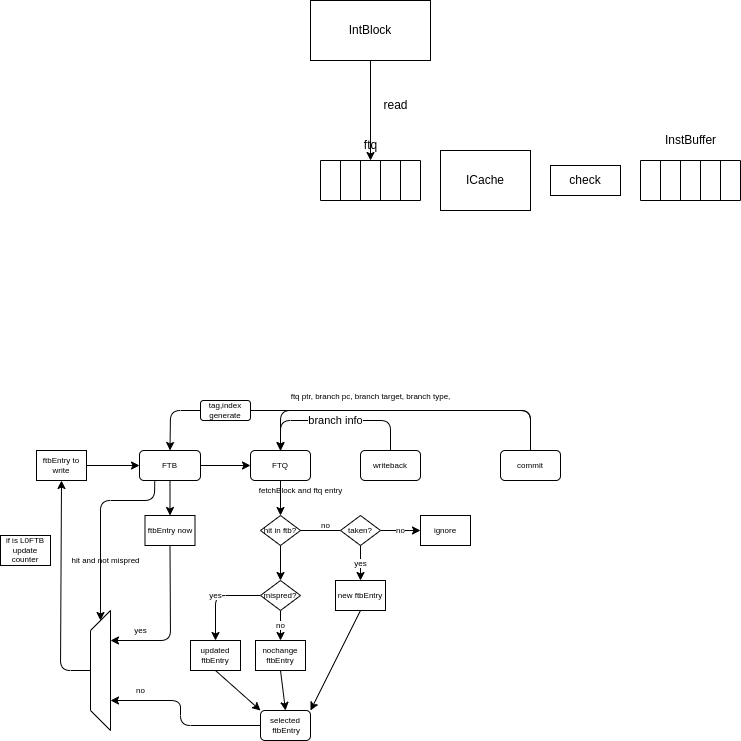
Above: doc/decoupled-frontend.drawio.png in tastynoob/aura-core (draw.io), before the change. Source tidied: cells renumbered, new cells last; positions are measured from the earlier drawing's top-left corner, leaving out a move shared by most shapes.
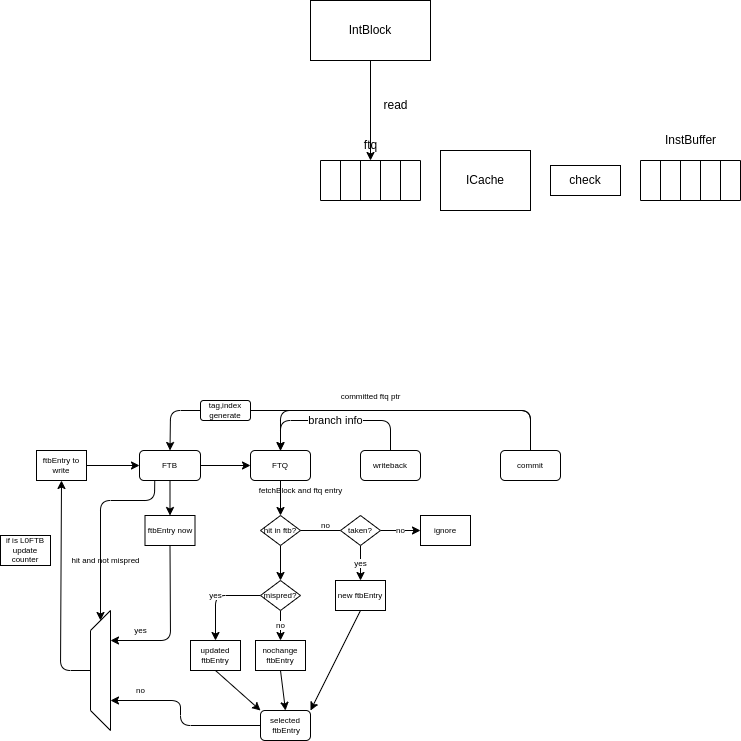
The same file after the commit.

Change to the diagram source:
```diff
@@ -108,8 +108,8 @@
     <mxCell id="31" value="commit" style="rounded=1;whiteSpace=wrap;html=1;fontSize=8;" parent="1" vertex="1">
       <mxGeometry x="500" y="450" width="60" height="30" as="geometry" />
     </mxCell>
-    <mxCell id="32" value="&lt;font style=&quot;font-size: 8px;&quot;&gt;ftq ptr, branch pc, branch target, branch type,&lt;/font&gt;" style="text;html=1;align=center;verticalAlign=middle;strokeColor=none;fillColor=none;" parent="1" vertex="1">
-      <mxGeometry x="280" y="380" width="180" height="30" as="geometry" />
+    <mxCell id="32" value="&lt;font style=&quot;font-size: 8px;&quot;&gt;committed ftq ptr&lt;/font&gt;" style="text;html=1;align=center;verticalAlign=middle;strokeColor=none;fillColor=none;" parent="1" vertex="1">
+      <mxGeometry x="330" y="380" width="80" height="30" as="geometry" />
     </mxCell>
     <mxCell id="33" value="tag,index generate" style="rounded=1;whiteSpace=wrap;html=1;fontSize=8;" parent="1" vertex="1">
       <mxGeometry x="200" y="400" width="50" height="20" as="geometry" />
```
